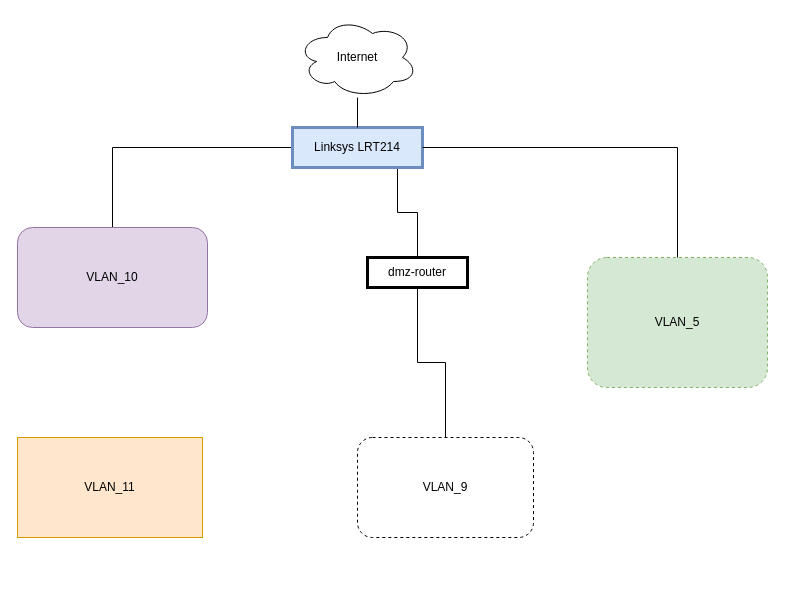
Earlier version of the draw.io diagram Experiments.drawio (jakobum/draw.io). Source tidied: cells renumbered, new cells numbered last; positions are measured from the earlier drawing's top-left corner, leaving out a move shared by most shapes. Both pictures are drawn from the tidied source at 100%, with x=0, y=0 at pixel (17, 17).
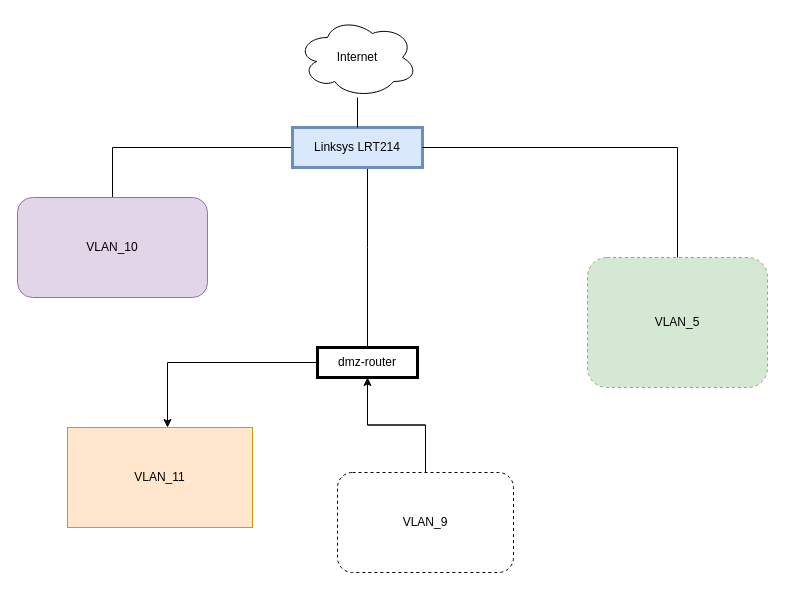
Above is the later version.

The change refers to these unchanged cells:
```xml
<mxCell id="5" value="Linksys&amp;nbsp;LRT214" style="rounded=0;whiteSpace=wrap;html=1;fillColor=#dae8fc;strokeColor=#6c8ebf;strokeWidth=3;" parent="1" vertex="1">
  <mxGeometry x="275" y="110" width="130" height="40" as="geometry" />
</mxCell>
```

Diff of the diagram source:
```diff
@@
     <mxCell id="4" style="edgeStyle=orthogonalEdgeStyle;rounded=0;jettySize=auto;html=1;endArrow=none;endFill=0;" parent="1" edge="1" source="5" target="13">
       <mxGeometry relative="1" as="geometry">
         <Array as="points">
-          <mxPoint x="380" y="195" />
-          <mxPoint x="400" y="195" />
+          <mxPoint x="350" y="230" />
+          <mxPoint x="350" y="230" />
         </Array>
       </mxGeometry>
     </mxCell>
@@
     <mxCell id="9" value="VLAN_10" style="rounded=1;whiteSpace=wrap;html=1;fillColor=#e1d5e7;strokeColor=#9673a6;gradientColor=none;" parent="1" vertex="1">
-      <mxGeometry y="210" width="190" height="100" as="geometry" />
+      <mxGeometry y="180" width="190" height="100" as="geometry" />
     </mxCell>
     <mxCell id="10" value="VLAN_11" style="rounded=0;whiteSpace=wrap;html=1;fillColor=#ffe6cc;strokeColor=#d79b00;" parent="1" vertex="1">
-      <mxGeometry y="420" width="185" height="100" as="geometry" />
+      <mxGeometry x="50" y="410" width="185" height="100" as="geometry" />
     </mxCell>
+    <mxCell id="14" style="edgeStyle=orthogonalEdgeStyle;rounded=0;jettySize=auto;html=1;" parent="1" edge="1" source="11" target="13">
+      <mxGeometry relative="1" as="geometry" />
+    </mxCell>
     <mxCell id="11" value="VLAN_9" style="rounded=1;whiteSpace=wrap;html=1;dashed=1;" parent="1" vertex="1">
-      <mxGeometry x="340" y="420" width="176" height="100" as="geometry" />
+      <mxGeometry x="320" y="455" width="176" height="100" as="geometry" />
     </mxCell>
@@
+    <mxCell id="15" style="edgeStyle=orthogonalEdgeStyle;rounded=0;jettySize=auto;html=1;" parent="1" edge="1" source="13" target="10">
+      <mxGeometry relative="1" as="geometry">
+        <Array as="points">
+          <mxPoint x="150" y="345" />
+        </Array>
+      </mxGeometry>
+    </mxCell>
     <mxCell id="13" value="dmz-router" style="rounded=0;whiteSpace=wrap;html=1;strokeWidth=3;" parent="1" vertex="1">
-      <mxGeometry x="350" y="240" width="100" height="30" as="geometry" />
+      <mxGeometry x="300" y="330" width="100" height="30" as="geometry" />
     </mxCell>
```
